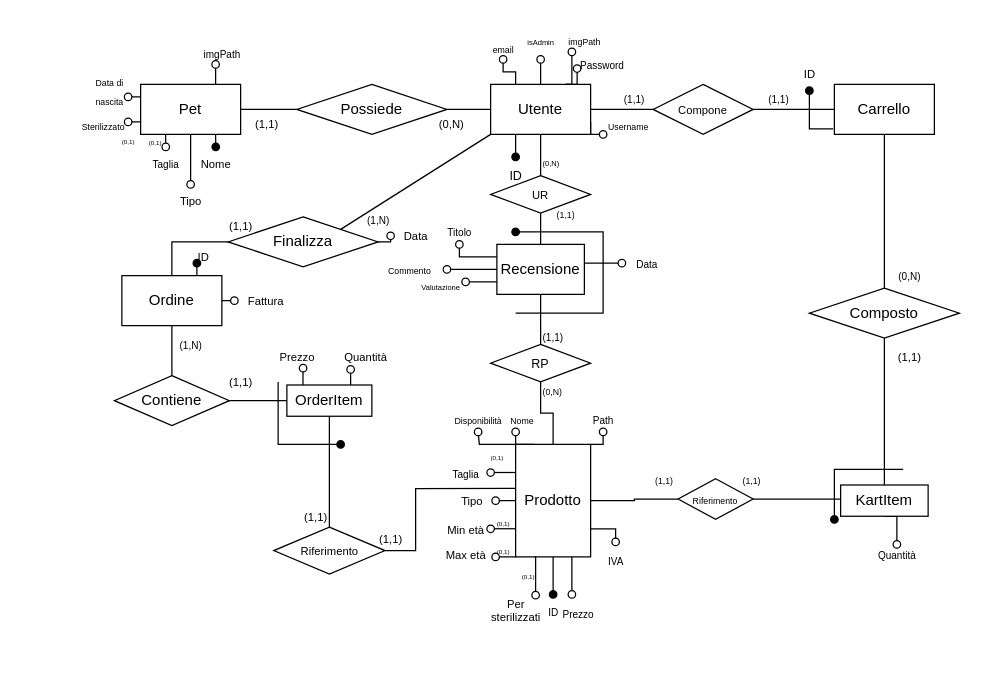
This is Documenti/DrawIo&Images/DarwinShopNormalized.drawio from NumberZeroo/TSW_Proj, a draw.io file, before an edit. Source tidied: cells renumbered, new cells numbered last; positions are measured from the earlier drawing's top-left corner, leaving out a move shared by most shapes. Both pictures are drawn from the tidied source at 125%, with x=0, y=0 at pixel (28, 21).
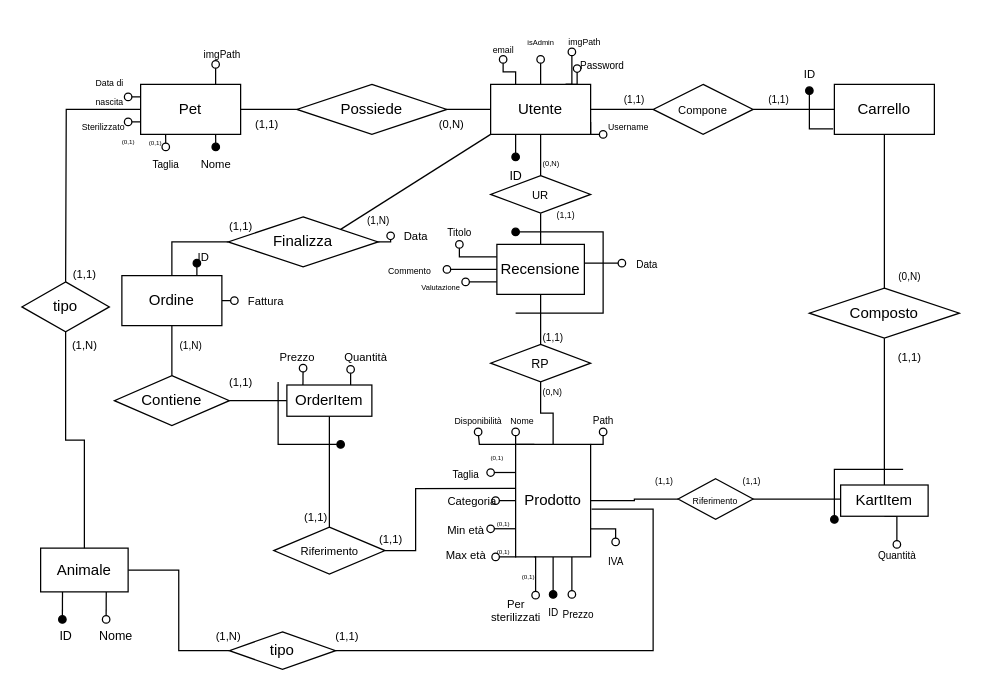
The same page after the edit.

Commit message (it also covers changes not shown here):
Aggiunto tipo di animale

Aggiunta entità animale:
- Pet non ha più "tipo" ma una relazione con "Animale"
- Prodotto ora fa distinzione tra "categoria" (vestiario, cibo, giocattoli) e la relazione "tipo" con animale che indica a che animale è rivolto il prodotto

The change refers to these unchanged cells:
```xml
<mxCell id="22" value="Pet" style="whiteSpace=wrap;html=1;align=center;" parent="1" vertex="1">
  <mxGeometry x="90" y="50" width="80" height="40" as="geometry" />
</mxCell>
<mxCell id="39" value="Prodotto" style="whiteSpace=wrap;html=1;align=center;" parent="1" vertex="1">
  <mxGeometry x="390" y="338" width="60" height="90" as="geometry" />
</mxCell>
```

Change to the diagram source:
```diff
@@
-    <mxCell id="17" style="edgeStyle=orthogonalEdgeStyle;rounded=0;jettySize=auto;html=1;endArrow=oval;endFill=0;" parent="1" edge="1" source="22">
-      <mxGeometry relative="1" as="geometry">
-        <mxPoint x="130" y="130" as="targetPoint" />
-      </mxGeometry>
-    </mxCell>
@@
+    <mxCell id="132" style="edgeStyle=orthogonalEdgeStyle;rounded=0;jettySize=auto;html=1;endArrow=none;endFill=0;" parent="1" edge="1" source="22">
+      <mxGeometry relative="1" as="geometry">
+        <mxPoint x="30" y="208" as="targetPoint" />
+      </mxGeometry>
+    </mxCell>
@@
-    <mxCell id="62" value="&lt;font style=&quot;font-size: 9px;&quot;&gt;Tipo&lt;/font&gt;" style="text;html=1;align=center;verticalAlign=middle;strokeColor=none;fillColor=none;" parent="1" vertex="1">
-      <mxGeometry x="110" y="128" width="40" height="30" as="geometry" />
-    </mxCell>
@@
-    <mxCell id="81" value="&lt;font style=&quot;font-size: 9px;&quot;&gt;Tipo&lt;/font&gt;" style="text;html=1;align=center;verticalAlign=middle;strokeColor=none;fillColor=none;" parent="1" vertex="1">
-      <mxGeometry x="335" y="368" width="40" height="30" as="geometry" />
+    <mxCell id="81" value="&lt;font style=&quot;font-size: 9px;&quot;&gt;Categoria&lt;/font&gt;" style="text;html=1;align=center;verticalAlign=middle;strokeColor=none;fillColor=none;" parent="1" vertex="1">
+      <mxGeometry x="325" y="368" width="60" height="30" as="geometry" />
     </mxCell>
@@
+    <mxCell id="133" style="edgeStyle=orthogonalEdgeStyle;rounded=0;jettySize=auto;html=1;exitX=0.25;exitY=1;exitDx=0;exitDy=0;endArrow=oval;endFill=1;" parent="1" edge="1" source="136">
+      <mxGeometry relative="1" as="geometry">
+        <mxPoint x="27.4" y="478" as="targetPoint" />
+      </mxGeometry>
+    </mxCell>
+    <mxCell id="134" style="edgeStyle=orthogonalEdgeStyle;rounded=0;jettySize=auto;html=1;exitX=0.75;exitY=1;exitDx=0;exitDy=0;endArrow=oval;endFill=0;" parent="1" edge="1" source="136">
+      <mxGeometry relative="1" as="geometry">
+        <mxPoint x="62.4" y="478" as="targetPoint" />
+      </mxGeometry>
+    </mxCell>
+    <mxCell id="135" style="edgeStyle=orthogonalEdgeStyle;rounded=0;jettySize=auto;html=1;entryX=0;entryY=0.5;entryDx=0;entryDy=0;endArrow=none;endFill=0;" parent="1" edge="1" source="136" target="141">
+      <mxGeometry relative="1" as="geometry" />
+    </mxCell>
+    <mxCell id="136" value="Animale" style="whiteSpace=wrap;html=1;" parent="1" vertex="1">
+      <mxGeometry x="10" y="421" width="70" height="35" as="geometry" />
+    </mxCell>
+    <mxCell id="137" value="&lt;font style=&quot;font-size: 10px;&quot;&gt;ID&lt;/font&gt;" style="text;html=1;align=center;verticalAlign=middle;strokeColor=none;fillColor=none;" parent="1" vertex="1">
+      <mxGeometry x="15" y="476" width="30" height="30" as="geometry" />
+    </mxCell>
+    <mxCell id="138" value="&lt;font style=&quot;font-size: 10px;&quot;&gt;Nome&lt;/font&gt;" style="text;html=1;align=center;verticalAlign=middle;strokeColor=none;fillColor=none;" parent="1" vertex="1">
+      <mxGeometry x="45" y="476" width="50" height="30" as="geometry" />
+    </mxCell>
+    <mxCell id="139" style="edgeStyle=orthogonalEdgeStyle;rounded=0;jettySize=auto;html=1;entryX=0.5;entryY=0;entryDx=0;entryDy=0;endArrow=none;endFill=0;" parent="1" edge="1" source="140" target="136">
+      <mxGeometry relative="1" as="geometry" />
+    </mxCell>
+    <mxCell id="140" value="tipo" style="rhombus;whiteSpace=wrap;html=1;" parent="1" vertex="1">
+      <mxGeometry x="-5" y="208" width="70" height="40" as="geometry" />
+    </mxCell>
+    <mxCell id="141" value="tipo" style="rhombus;whiteSpace=wrap;html=1;" parent="1" vertex="1">
+      <mxGeometry x="161" y="488" width="85" height="30" as="geometry" />
+    </mxCell>
+    <mxCell id="142" style="edgeStyle=orthogonalEdgeStyle;rounded=0;jettySize=auto;html=1;entryX=1.012;entryY=0.575;entryDx=0;entryDy=0;entryPerimeter=0;exitX=1;exitY=0.5;exitDx=0;exitDy=0;endArrow=none;endFill=0;" parent="1" edge="1" source="141" target="39">
+      <mxGeometry relative="1" as="geometry">
+        <Array as="points">
+          <mxPoint x="500" y="503" />
+          <mxPoint x="500" y="390" />
+        </Array>
+      </mxGeometry>
+    </mxCell>
+    <mxCell id="143" value="&lt;font style=&quot;font-size: 9px;&quot;&gt;(1,1)&lt;/font&gt;" style="text;html=1;align=center;verticalAlign=middle;strokeColor=none;fillColor=none;" parent="1" vertex="1">
+      <mxGeometry x="25" y="186" width="40" height="30" as="geometry" />
+    </mxCell>
+    <mxCell id="144" value="&lt;font style=&quot;font-size: 9px;&quot;&gt;(1,N)&lt;/font&gt;" style="text;html=1;align=center;verticalAlign=middle;strokeColor=none;fillColor=none;" parent="1" vertex="1">
+      <mxGeometry x="25" y="243" width="40" height="30" as="geometry" />
+    </mxCell>
+    <mxCell id="145" value="&lt;font style=&quot;font-size: 9px;&quot;&gt;(1,1)&lt;/font&gt;" style="text;html=1;align=center;verticalAlign=middle;strokeColor=none;fillColor=none;" parent="1" vertex="1">
+      <mxGeometry x="235" y="476" width="40" height="30" as="geometry" />
+    </mxCell>
+    <mxCell id="146" value="&lt;font style=&quot;font-size: 9px;&quot;&gt;(1,N)&lt;/font&gt;" style="text;html=1;align=center;verticalAlign=middle;strokeColor=none;fillColor=none;" parent="1" vertex="1">
+      <mxGeometry x="140" y="476" width="40" height="30" as="geometry" />
+    </mxCell>
```
